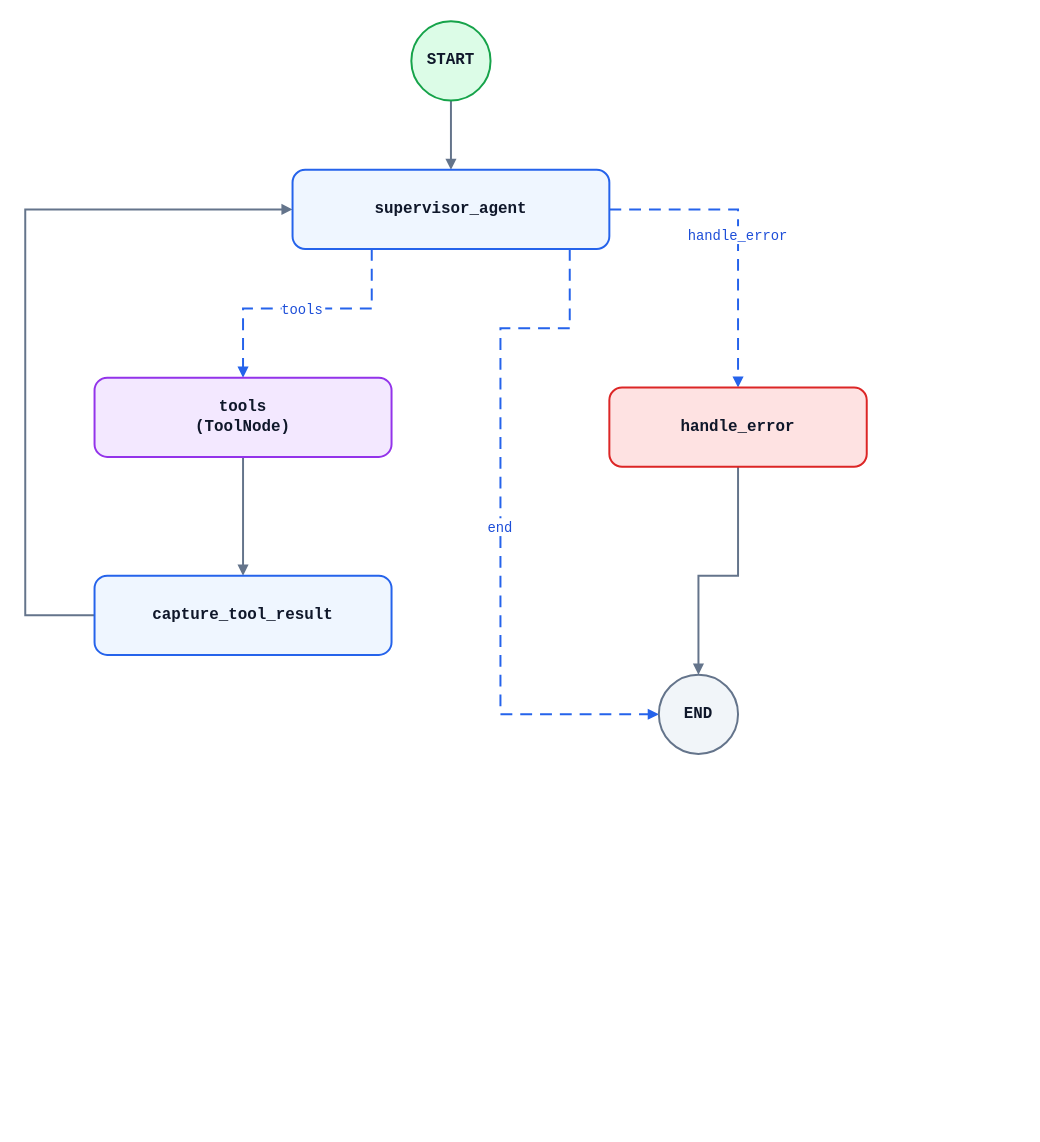
sohail-08/HireSense_AI keeps this draw.io diagram as page "1. HireSenseSupervisorGraph" (1 of 2) of docs/langgraphs/01-supervisor.drawio. Above is the earlier version. Source tidied: cells renumbered, new cells numbered last; positions are measured from the earlier drawing's top-left corner, leaving out a move shared by most shapes. Both pictures are drawn from the tidied source at 99%, with x=0, y=0 at pixel (25, 21).
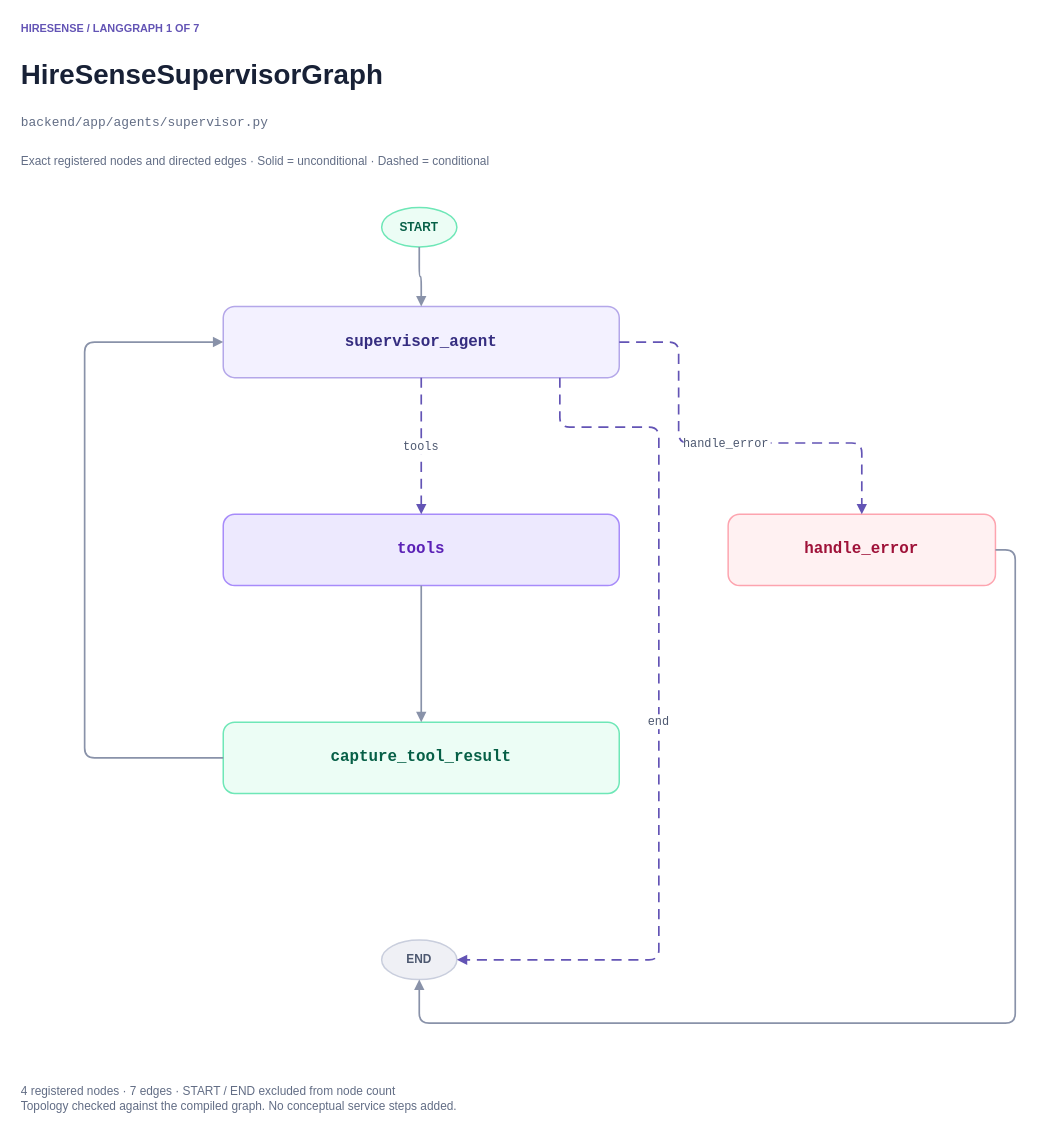
The same diagram, later.

What changed in the source:
```diff
@@
-<mxGraphModel>
+<mxGraphModel background="#ffffff">
@@
+    <mxCell id="15" value="HIRESENSE / LANGGRAPH 1 OF 7" style="text;html=0;align=left;verticalAlign=middle;whiteSpace=wrap;strokeColor=none;fillColor=none;spacing=0;fontFamily=Helvetica;fontColor=#182136;fontSize=11;fontStyle=1;fontColor=#6354b5;" parent="1" vertex="1">
+      <mxGeometry x="-4" y="-4" width="988" height="22" as="geometry" />
+    </mxCell>
+    <mxCell id="16" value="HireSenseSupervisorGraph" style="text;html=0;align=left;verticalAlign=middle;whiteSpace=wrap;strokeColor=none;fillColor=none;spacing=0;fontFamily=Helvetica;fontColor=#182136;fontSize=28;fontStyle=1;" parent="1" vertex="1">
+      <mxGeometry x="-4" y="32" width="988" height="44" as="geometry" />
+    </mxCell>
+    <mxCell id="17" value="backend/app/agents/supervisor.py" style="text;html=0;align=left;verticalAlign=middle;whiteSpace=wrap;strokeColor=none;fillColor=none;spacing=0;fontFamily=Helvetica;fontColor=#182136;fontSize=13;fontFamily=Consolas;fontColor=#626d85;" parent="1" vertex="1">
+      <mxGeometry x="-4" y="88" width="988" height="28" as="geometry" />
+    </mxCell>
+    <mxCell id="18" value="Exact registered nodes and directed edges · Solid = unconditional · Dashed = conditional" style="text;html=0;align=left;verticalAlign=middle;whiteSpace=wrap;strokeColor=none;fillColor=none;spacing=0;fontFamily=Helvetica;fontColor=#182136;fontSize=12;fontColor=#626d85;" parent="1" vertex="1">
+      <mxGeometry x="-4" y="128" width="988" height="28" as="geometry" />
+    </mxCell>
+    <mxCell id="9" value="START" style="ellipse;whiteSpace=wrap;html=0;fontFamily=Helvetica;fontSize=12;fontStyle=1;align=center;verticalAlign=middle;strokeWidth=1.5;spacing=10;fillColor=#ecfdf5;strokeColor=#6ee7b7;fontColor=#065f46;" parent="1" vertex="1">
+      <mxGeometry x="360" y="188" width="76" height="40" as="geometry" />
+    </mxCell>
+    <mxCell id="10" value="supervisor_agent" style="rounded=1;arcSize=16;whiteSpace=wrap;html=0;fontFamily=Consolas;fontSize=16;fontStyle=1;align=center;verticalAlign=middle;strokeWidth=1.5;spacing=10;fillColor=#f3f1ff;strokeColor=#b4a7e9;fontColor=#352d80;" parent="1" vertex="1">
+      <mxGeometry x="200" y="288" width="400" height="72" as="geometry" />
+    </mxCell>
+    <mxCell id="11" value="tools" style="rounded=1;arcSize=16;whiteSpace=wrap;html=0;fontFamily=Consolas;fontSize=16;fontStyle=1;align=center;verticalAlign=middle;strokeWidth=1.5;spacing=10;fillColor=#ede9fe;strokeColor=#a78bfa;fontColor=#5b21b6;" parent="1" vertex="1">
+      <mxGeometry x="200" y="498" width="400" height="72" as="geometry" />
+    </mxCell>
+    <mxCell id="12" value="capture_tool_result" style="rounded=1;arcSize=16;whiteSpace=wrap;html=0;fontFamily=Consolas;fontSize=16;fontStyle=1;align=center;verticalAlign=middle;strokeWidth=1.5;spacing=10;fillColor=#ecfdf5;strokeColor=#6ee7b7;fontColor=#065f46;" parent="1" vertex="1">
+      <mxGeometry x="200" y="708" width="400" height="72" as="geometry" />
+    </mxCell>
+    <mxCell id="13" value="handle_error" style="rounded=1;arcSize=16;whiteSpace=wrap;html=0;fontFamily=Consolas;fontSize=16;fontStyle=1;align=center;verticalAlign=middle;strokeWidth=1.5;spacing=10;fillColor=#fff1f2;strokeColor=#fda4af;fontColor=#9f1239;" parent="1" vertex="1">
+      <mxGeometry x="710" y="498" width="270" height="72" as="geometry" />
+    </mxCell>
+    <mxCell id="14" value="END" style="ellipse;whiteSpace=wrap;html=0;fontFamily=Helvetica;fontSize=12;fontStyle=1;align=center;verticalAlign=middle;strokeWidth=1.5;spacing=10;fillColor=#eff0f5;strokeColor=#c9cedd;fontColor=#4d5870;" parent="1" vertex="1">
+      <mxGeometry x="360" y="928" width="76" height="40" as="geometry" />
+    </mxCell>
+    <mxCell id="19" value="4 registered nodes · 7 edges · START / END excluded from node count&#10;Topology checked against the compiled graph. No conceptual service steps added." style="text;html=0;align=left;verticalAlign=middle;whiteSpace=wrap;strokeColor=none;fillColor=none;spacing=0;fontFamily=Helvetica;fontColor=#182136;fontSize=12;fontColor=#626d85;" parent="1" vertex="1">
+      <mxGeometry x="-4" y="1060" width="988" height="56" as="geometry" />
+    </mxCell>
-    <mxCell id="2" style="edgeStyle=orthogonalEdgeStyle;rounded=0;jettySize=auto;html=0;endArrow=block;endFill=1;strokeWidth=2;fontFamily=Courier New;fontSize=14;labelBackgroundColor=#ffffff;strokeColor=#64748b;fontColor=#334155;exitX=0.5;exitY=1;entryX=0.5;entryY=0;" parent="1" edge="1" source="9" target="10">
+    <mxCell id="2" style="edgeStyle=orthogonalEdgeStyle;rounded=1;jettySize=auto;html=0;endArrow=block;endFill=1;strokeWidth=1.7;fontFamily=Consolas;fontSize=12;labelBackgroundColor=#ffffff;strokeColor=#8992a9;fontColor=#4d5870;exitX=0.5;exitY=1;entryX=0.5;entryY=0;" parent="1" edge="1" source="9" target="10">
       <mxGeometry relative="1" as="geometry" />
     </mxCell>
-    <mxCell id="3" style="edgeStyle=orthogonalEdgeStyle;rounded=0;jettySize=auto;html=0;endArrow=block;endFill=1;strokeWidth=2;fontFamily=Courier New;fontSize=14;labelBackgroundColor=#ffffff;strokeColor=#64748b;fontColor=#334155;exitX=0;exitY=0.5;entryX=0;entryY=0.5;" parent="1" edge="1" source="12" target="10">
+    <mxCell id="3" style="edgeStyle=orthogonalEdgeStyle;rounded=1;jettySize=auto;html=0;endArrow=block;endFill=1;strokeWidth=1.7;fontFamily=Consolas;fontSize=12;labelBackgroundColor=#ffffff;strokeColor=#8992a9;fontColor=#4d5870;exitX=0;exitY=0.5;entryX=0;entryY=0.5;" parent="1" edge="1" source="12" target="10">
       <mxGeometry relative="1" as="geometry">
         <Array as="points">
-          <mxPoint y="600" />
-          <mxPoint y="190" />
+          <mxPoint x="60" y="744" />
+          <mxPoint x="60" y="324" />
         </Array>
       </mxGeometry>
     </mxCell>
-    <mxCell id="4" value="end" style="edgeStyle=orthogonalEdgeStyle;rounded=0;jettySize=auto;html=0;endArrow=block;endFill=1;strokeWidth=2;fontFamily=Courier New;fontSize=14;labelBackgroundColor=#ffffff;dashed=1;dashPattern=6 4;strokeColor=#2563eb;fontColor=#1d4ed8;exitX=0.875;exitY=1;entryX=0;entryY=0.5;" parent="1" edge="1" source="10" target="14">
+    <mxCell id="4" value="end" style="edgeStyle=orthogonalEdgeStyle;rounded=1;jettySize=auto;html=0;endArrow=block;endFill=1;strokeWidth=1.7;fontFamily=Consolas;fontSize=12;labelBackgroundColor=#ffffff;strokeColor=#6354b5;fontColor=#4d5870;dashed=1;dashPattern=6 4;exitX=0.85;exitY=1;entryX=1;entryY=0.5;" parent="1" edge="1" source="10" target="14">
       <mxGeometry relative="1" as="geometry">
         <Array as="points">
-          <mxPoint x="550" y="310" />
-          <mxPoint x="480" y="310" />
-          <mxPoint x="480" y="700" />
+          <mxPoint x="540" y="410" />
+          <mxPoint x="640" y="410" />
+          <mxPoint x="640" y="948" />
         </Array>
       </mxGeometry>
     </mxCell>
-    <mxCell id="5" value="handle_error" style="edgeStyle=orthogonalEdgeStyle;rounded=0;jettySize=auto;html=0;endArrow=block;endFill=1;strokeWidth=2;fontFamily=Courier New;fontSize=14;labelBackgroundColor=#ffffff;dashed=1;dashPattern=6 4;strokeColor=#2563eb;fontColor=#1d4ed8;exitX=1;exitY=0.5;entryX=0.5;entryY=0;" parent="1" edge="1" source="10" target="13">
+    <mxCell id="5" value="handle_error" style="edgeStyle=orthogonalEdgeStyle;rounded=1;jettySize=auto;html=0;endArrow=block;endFill=1;strokeWidth=1.7;fontFamily=Consolas;fontSize=12;labelBackgroundColor=#ffffff;strokeColor=#6354b5;fontColor=#4d5870;dashed=1;dashPattern=6 4;exitX=1;exitY=0.5;entryX=0.5;entryY=0;" parent="1" edge="1" source="10" target="13">
       <mxGeometry relative="1" as="geometry">
         <Array as="points">
-          <mxPoint x="720" y="190" />
-          <mxPoint x="720" y="310" />
+          <mxPoint x="660" y="324" />
+          <mxPoint x="660" y="426" />
+          <mxPoint x="845" y="426" />
         </Array>
       </mxGeometry>
     </mxCell>
-    <mxCell id="6" value="tools" style="edgeStyle=orthogonalEdgeStyle;rounded=0;jettySize=auto;html=0;endArrow=block;endFill=1;strokeWidth=2;fontFamily=Courier New;fontSize=14;labelBackgroundColor=#ffffff;dashed=1;dashPattern=6 4;strokeColor=#2563eb;fontColor=#1d4ed8;exitX=0.25;exitY=1;entryX=0.5;entryY=0;" parent="1" edge="1" source="10" target="11">
-      <mxGeometry relative="1" as="geometry">
-        <Array as="points">
-          <mxPoint x="350" y="290" />
-          <mxPoint x="220" y="290" />
-        </Array>
-      </mxGeometry>
+    <mxCell id="6" value="tools" style="edgeStyle=orthogonalEdgeStyle;rounded=1;jettySize=auto;html=0;endArrow=block;endFill=1;strokeWidth=1.7;fontFamily=Consolas;fontSize=12;labelBackgroundColor=#ffffff;strokeColor=#6354b5;fontColor=#4d5870;dashed=1;dashPattern=6 4;exitX=0.5;exitY=1;entryX=0.5;entryY=0;" parent="1" edge="1" source="10" target="11">
+      <mxGeometry relative="1" as="geometry" />
     </mxCell>
-    <mxCell id="7" style="edgeStyle=orthogonalEdgeStyle;rounded=0;jettySize=auto;html=0;endArrow=block;endFill=1;strokeWidth=2;fontFamily=Courier New;fontSize=14;labelBackgroundColor=#ffffff;strokeColor=#64748b;fontColor=#334155;exitX=0.5;exitY=1;entryX=0.5;entryY=0;" parent="1" edge="1" source="11" target="12">
+    <mxCell id="7" style="edgeStyle=orthogonalEdgeStyle;rounded=1;jettySize=auto;html=0;endArrow=block;endFill=1;strokeWidth=1.7;fontFamily=Consolas;fontSize=12;labelBackgroundColor=#ffffff;strokeColor=#8992a9;fontColor=#4d5870;exitX=0.5;exitY=1;entryX=0.5;entryY=0;" parent="1" edge="1" source="11" target="12">
       <mxGeometry relative="1" as="geometry" />
     </mxCell>
-    <mxCell id="8" style="edgeStyle=orthogonalEdgeStyle;rounded=0;jettySize=auto;html=0;endArrow=block;endFill=1;strokeWidth=2;fontFamily=Courier New;fontSize=14;labelBackgroundColor=#ffffff;strokeColor=#64748b;fontColor=#334155;exitX=0.5;exitY=1;entryX=0.5;entryY=0;" parent="1" edge="1" source="13" target="14">
+    <mxCell id="8" style="edgeStyle=orthogonalEdgeStyle;rounded=1;jettySize=auto;html=0;endArrow=block;endFill=1;strokeWidth=1.7;fontFamily=Consolas;fontSize=12;labelBackgroundColor=#ffffff;strokeColor=#8992a9;fontColor=#4d5870;exitX=1;exitY=0.5;entryX=0.5;entryY=1;" parent="1" edge="1" source="13" target="14">
       <mxGeometry relative="1" as="geometry">
         <Array as="points">
-          <mxPoint x="720" y="560" />
-          <mxPoint x="680" y="560" />
+          <mxPoint x="1000" y="534" />
+          <mxPoint x="1000" y="1012" />
+          <mxPoint x="398" y="1012" />
         </Array>
       </mxGeometry>
     </mxCell>
-    <mxCell id="9" value="START" style="ellipse;whiteSpace=wrap;html=0;fontFamily=Courier New;fontSize=16;fontStyle=1;fontColor=#0f172a;strokeWidth=2;spacing=10;fillColor=#dcfce7;strokeColor=#16a34a;" parent="1" vertex="1">
-      <mxGeometry x="390" width="80" height="80" as="geometry" />
-    </mxCell>
-    <mxCell id="10" value="supervisor_agent" style="rounded=1;arcSize=16;whiteSpace=wrap;html=0;fontFamily=Courier New;fontSize=16;fontStyle=1;fontColor=#0f172a;strokeWidth=2;spacing=10;fillColor=#eff6ff;strokeColor=#2563eb;" parent="1" vertex="1">
-      <mxGeometry x="270" y="150" width="320" height="80" as="geometry" />
-    </mxCell>
-    <mxCell id="11" value="tools&#10;(ToolNode)" style="rounded=1;arcSize=16;whiteSpace=wrap;html=0;fontFamily=Courier New;fontSize=16;fontStyle=1;fontColor=#0f172a;strokeWidth=2;spacing=10;fillColor=#f3e8ff;strokeColor=#9333ea;" parent="1" vertex="1">
-      <mxGeometry x="70" y="360" width="300" height="80" as="geometry" />
-    </mxCell>
-    <mxCell id="12" value="capture_tool_result" style="rounded=1;arcSize=16;whiteSpace=wrap;html=0;fontFamily=Courier New;fontSize=16;fontStyle=1;fontColor=#0f172a;strokeWidth=2;spacing=10;fillColor=#eff6ff;strokeColor=#2563eb;" parent="1" vertex="1">
-      <mxGeometry x="70" y="560" width="300" height="80" as="geometry" />
-    </mxCell>
-    <mxCell id="13" value="handle_error" style="rounded=1;arcSize=16;whiteSpace=wrap;html=0;fontFamily=Courier New;fontSize=16;fontStyle=1;fontColor=#0f172a;strokeWidth=2;spacing=10;fillColor=#fee2e2;strokeColor=#dc2626;" parent="1" vertex="1">
-      <mxGeometry x="590" y="370" width="260" height="80" as="geometry" />
-    </mxCell>
-    <mxCell id="14" value="END" style="ellipse;whiteSpace=wrap;html=0;fontFamily=Courier New;fontSize=16;fontStyle=1;fontColor=#0f172a;strokeWidth=2;spacing=10;fillColor=#f1f5f9;strokeColor=#64748b;" parent="1" vertex="1">
-      <mxGeometry x="640" y="660" width="80" height="80" as="geometry" />
-    </mxCell>
```
